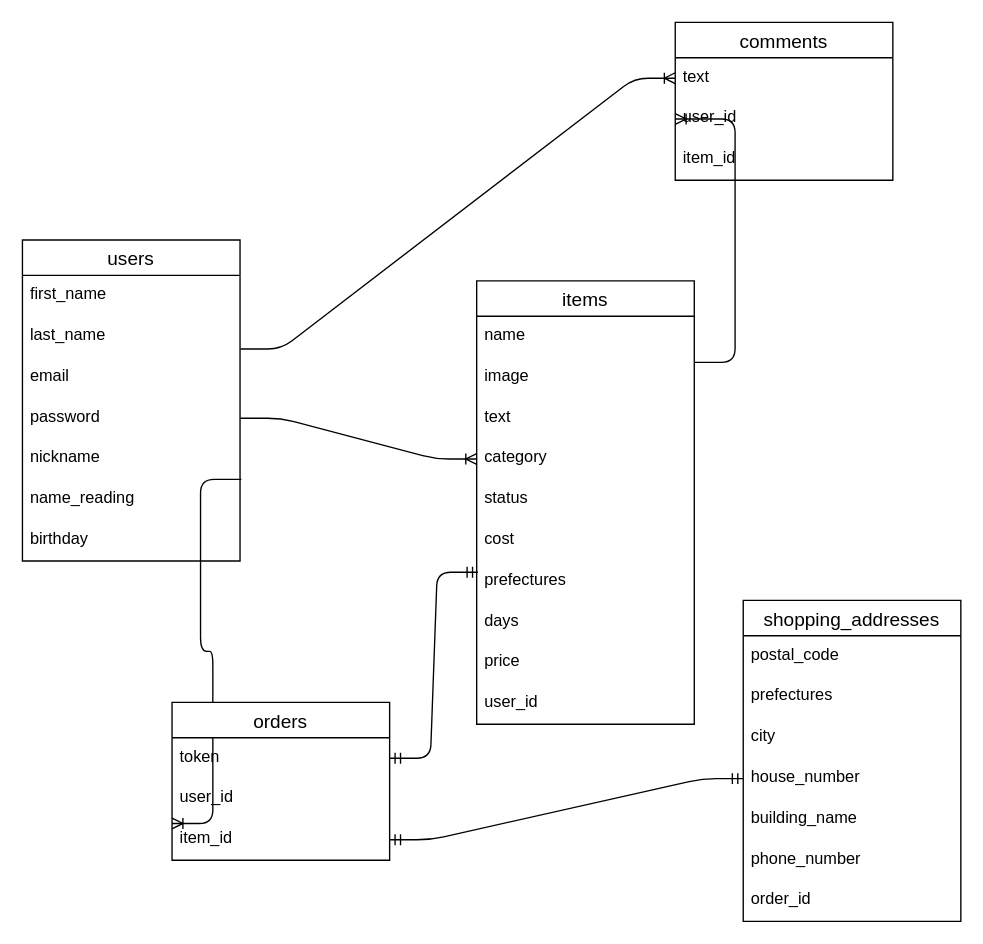
This is er.dio from yoshi0531/furima-28195, a draw.io file, before an edit. Source tidied: cells renumbered, new cells numbered last; positions are measured from the earlier drawing's top-left corner, leaving out a move shared by most shapes. Both pictures are drawn from the tidied source at 136%, with x=0, y=0 at pixel (22, 22).
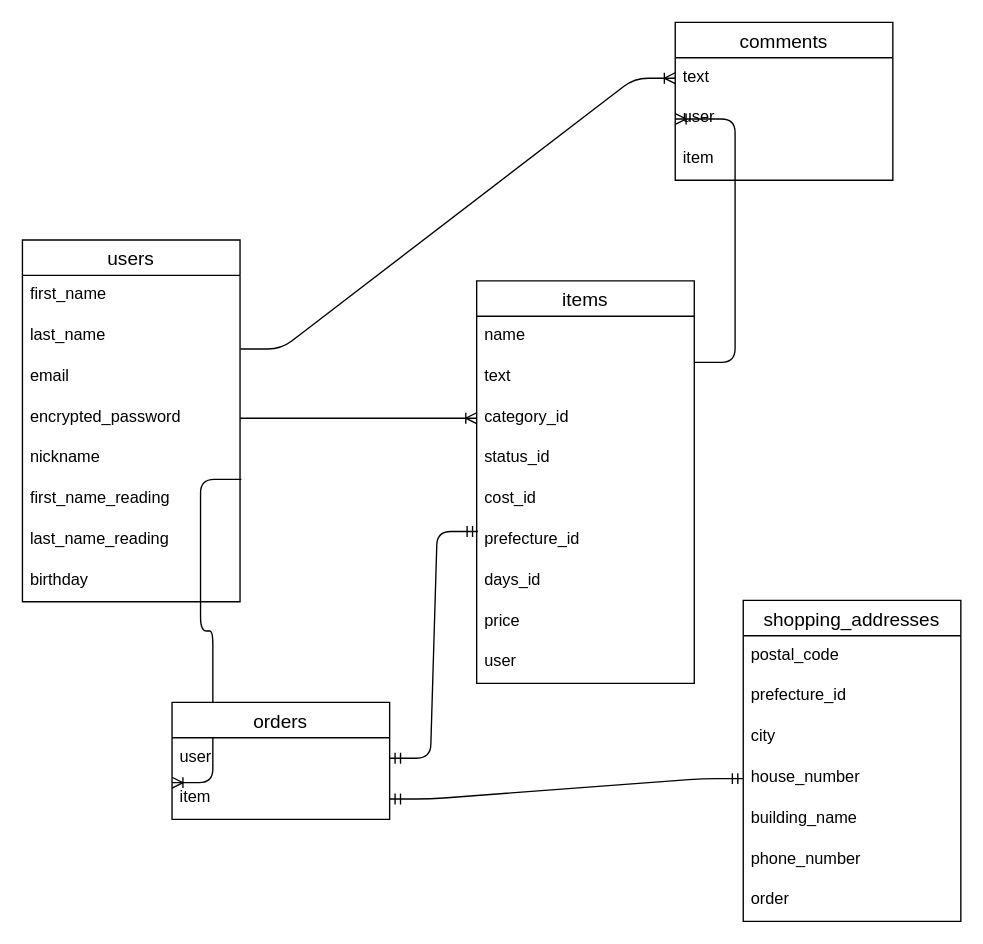
The same diagram, later.

Unchanged cells that the change refers to:
```xml
<mxCell id="13" value="comments" style="swimlane;fontStyle=0;horizontal=1;startSize=26;align=center;fontSize=14;" parent="1" vertex="1">
  <mxGeometry x="480" width="160" height="116" as="geometry" />
</mxCell>
<mxCell id="35" value="shopping_addresses" style="swimlane;fontStyle=0;horizontal=1;startSize=26;align=center;fontSize=14;" parent="1" vertex="1">
  <mxGeometry x="530" y="425" width="160" height="236" as="geometry" />
</mxCell>
```

Change to the diagram source:
```diff
@@
     <mxCell id="5" value="users" style="swimlane;fontStyle=0;horizontal=1;startSize=26;align=center;fontSize=14;" parent="1" vertex="1">
-      <mxGeometry y="160" width="160" height="236" as="geometry" />
+      <mxGeometry y="160" width="160" height="266" as="geometry" />
     </mxCell>
@@
-    <mxCell id="9" value="password" style="text;strokeColor=none;fillColor=none;spacingLeft=4;spacingRight=4;overflow=hidden;points=[[0,0.5],[1,0.5]];portConstraint=eastwest;fontSize=12;" parent="5" vertex="1">
+    <mxCell id="9" value="encrypted_password" style="text;strokeColor=none;fillColor=none;spacingLeft=4;spacingRight=4;overflow=hidden;points=[[0,0.5],[1,0.5]];portConstraint=eastwest;fontSize=12;" parent="5" vertex="1">
       <mxGeometry y="116" width="160" height="30" as="geometry" />
     </mxCell>
@@
-    <mxCell id="11" value="name_reading" style="text;strokeColor=none;fillColor=none;spacingLeft=4;spacingRight=4;overflow=hidden;points=[[0,0.5],[1,0.5]];portConstraint=eastwest;fontSize=12;" parent="5" vertex="1">
+    <mxCell id="11" value="first_name_reading" style="text;strokeColor=none;fillColor=none;spacingLeft=4;spacingRight=4;overflow=hidden;points=[[0,0.5],[1,0.5]];portConstraint=eastwest;fontSize=12;" parent="5" vertex="1">
       <mxGeometry y="176" width="160" height="30" as="geometry" />
     </mxCell>
+    <mxCell id="43" value="last_name_reading" style="text;strokeColor=none;fillColor=none;spacingLeft=4;spacingRight=4;overflow=hidden;fontSize=12;" parent="5" vertex="1">
+      <mxGeometry y="206" width="160" height="30" as="geometry" />
+    </mxCell>
     <mxCell id="12" value="birthday" style="text;strokeColor=none;fillColor=none;spacingLeft=4;spacingRight=4;overflow=hidden;fontSize=12;" parent="5" vertex="1">
-      <mxGeometry y="206" width="160" height="30" as="geometry" />
+      <mxGeometry y="236" width="160" height="30" as="geometry" />
     </mxCell>
@@
-    <mxCell id="15" value="user_id" style="text;strokeColor=none;fillColor=none;spacingLeft=4;spacingRight=4;overflow=hidden;points=[[0,0.5],[1,0.5]];portConstraint=eastwest;fontSize=12;" parent="13" vertex="1">
+    <mxCell id="15" value="user" style="text;strokeColor=none;fillColor=none;spacingLeft=4;spacingRight=4;overflow=hidden;points=[[0,0.5],[1,0.5]];portConstraint=eastwest;fontSize=12;" parent="13" vertex="1">
       <mxGeometry y="56" width="160" height="30" as="geometry" />
     </mxCell>
-    <mxCell id="16" value="item_id" style="text;strokeColor=none;fillColor=none;spacingLeft=4;spacingRight=4;overflow=hidden;fontSize=12;" parent="13" vertex="1">
+    <mxCell id="16" value="item" style="text;strokeColor=none;fillColor=none;spacingLeft=4;spacingRight=4;overflow=hidden;fontSize=12;" parent="13" vertex="1">
       <mxGeometry y="86" width="160" height="30" as="geometry" />
     </mxCell>
     <mxCell id="17" value="orders" style="swimlane;fontStyle=0;horizontal=1;startSize=26;align=center;fontSize=14;" parent="1" vertex="1">
-      <mxGeometry x="110" y="500" width="160" height="116" as="geometry" />
+      <mxGeometry x="110" y="500" width="160" height="86" as="geometry" />
     </mxCell>
-    <mxCell id="18" value="token" style="text;strokeColor=none;fillColor=none;spacingLeft=4;spacingRight=4;overflow=hidden;points=[[0,0.5],[1,0.5]];portConstraint=eastwest;fontSize=12;" parent="17" vertex="1">
-      <mxGeometry y="26" width="160" height="30" as="geometry" />
-    </mxCell>
-    <mxCell id="19" value="user_id" style="text;strokeColor=none;fillColor=none;spacingLeft=4;spacingRight=4;overflow=hidden;fontSize=12;" parent="17" vertex="1">
-      <mxGeometry y="56" width="160" height="30" as="geometry" />
+    <mxCell id="19" value="user" style="text;strokeColor=none;fillColor=none;spacingLeft=4;spacingRight=4;overflow=hidden;fontSize=12;" parent="17" vertex="1">
+      <mxGeometry y="26" width="160" height="30" as="geometry" />
     </mxCell>
-    <mxCell id="20" value="item_id" style="text;strokeColor=none;fillColor=none;spacingLeft=4;spacingRight=4;overflow=hidden;points=[[0,0.5],[1,0.5]];portConstraint=eastwest;fontSize=12;" parent="17" vertex="1">
-      <mxGeometry y="86" width="160" height="30" as="geometry" />
+    <mxCell id="20" value="item" style="text;strokeColor=none;fillColor=none;spacingLeft=4;spacingRight=4;overflow=hidden;points=[[0,0.5],[1,0.5]];portConstraint=eastwest;fontSize=12;" parent="17" vertex="1">
+      <mxGeometry y="56" width="160" height="30" as="geometry" />
     </mxCell>
@@
-    <mxCell id="22" style="edgeStyle=entityRelationEdgeStyle;fontSize=12;html=1;endArrow=ERmandOne;startArrow=ERmandOne;exitX=1;exitY=0.5;exitDx=0;exitDy=0;entryX=0.006;entryY=0.276;entryDx=0;entryDy=0;entryPerimeter=0;" parent="1" edge="1" source="18" target="31">
-      <mxGeometry relative="1" as="geometry" />
+    <mxCell id="22" style="edgeStyle=entityRelationEdgeStyle;fontSize=12;html=1;endArrow=ERmandOne;startArrow=ERmandOne;exitX=1;exitY=0.5;exitDx=0;exitDy=0;entryX=0.006;entryY=0.276;entryDx=0;entryDy=0;entryPerimeter=0;" parent="1" edge="1" target="31">
+      <mxGeometry relative="1" as="geometry">
+        <mxPoint x="270" y="541" as="sourcePoint" />
+      </mxGeometry>
     </mxCell>
@@
     <mxCell id="24" value="items" style="swimlane;fontStyle=0;horizontal=1;startSize=26;align=center;fontSize=14;" parent="1" vertex="1">
-      <mxGeometry x="334" y="190" width="160" height="326" as="geometry" />
+      <mxGeometry x="334" y="190" width="160" height="296" as="geometry" />
     </mxCell>
@@
-    <mxCell id="26" value="image" style="text;strokeColor=none;fillColor=none;spacingLeft=4;spacingRight=4;overflow=hidden;fontSize=12;" parent="24" vertex="1">
-      <mxGeometry y="56" width="160" height="30" as="geometry" />
-    </mxCell>
     <mxCell id="27" value="text" style="text;strokeColor=none;fillColor=none;spacingLeft=4;spacingRight=4;overflow=hidden;fontSize=12;" parent="24" vertex="1">
-      <mxGeometry y="86" width="160" height="30" as="geometry" />
+      <mxGeometry y="56" width="160" height="30" as="geometry" />
     </mxCell>
-    <mxCell id="28" value="category" style="text;strokeColor=none;fillColor=none;spacingLeft=4;spacingRight=4;overflow=hidden;points=[[0,0.5],[1,0.5]];portConstraint=eastwest;fontSize=12;" parent="24" vertex="1">
-      <mxGeometry y="116" width="160" height="30" as="geometry" />
+    <mxCell id="28" value="category_id" style="text;strokeColor=none;fillColor=none;spacingLeft=4;spacingRight=4;overflow=hidden;points=[[0,0.5],[1,0.5]];portConstraint=eastwest;fontSize=12;" parent="24" vertex="1">
+      <mxGeometry y="86" width="160" height="30" as="geometry" />
     </mxCell>
-    <mxCell id="29" value="status" style="text;strokeColor=none;fillColor=none;spacingLeft=4;spacingRight=4;overflow=hidden;fontSize=12;" parent="24" vertex="1">
-      <mxGeometry y="146" width="160" height="30" as="geometry" />
+    <mxCell id="29" value="status_id" style="text;strokeColor=none;fillColor=none;spacingLeft=4;spacingRight=4;overflow=hidden;fontSize=12;" parent="24" vertex="1">
+      <mxGeometry y="116" width="160" height="30" as="geometry" />
     </mxCell>
-    <mxCell id="30" value="cost" style="text;strokeColor=none;fillColor=none;spacingLeft=4;spacingRight=4;overflow=hidden;fontSize=12;" parent="24" vertex="1">
-      <mxGeometry y="176" width="160" height="30" as="geometry" />
+    <mxCell id="30" value="cost_id" style="text;strokeColor=none;fillColor=none;spacingLeft=4;spacingRight=4;overflow=hidden;fontSize=12;" parent="24" vertex="1">
+      <mxGeometry y="146" width="160" height="30" as="geometry" />
     </mxCell>
-    <mxCell id="31" value="prefectures" style="text;strokeColor=none;fillColor=none;spacingLeft=4;spacingRight=4;overflow=hidden;points=[[0,0.5],[1,0.5]];portConstraint=eastwest;fontSize=12;" parent="24" vertex="1">
-      <mxGeometry y="206" width="160" height="30" as="geometry" />
+    <mxCell id="31" value="prefecture_id" style="text;strokeColor=none;fillColor=none;spacingLeft=4;spacingRight=4;overflow=hidden;points=[[0,0.5],[1,0.5]];portConstraint=eastwest;fontSize=12;" parent="24" vertex="1">
+      <mxGeometry y="176" width="160" height="30" as="geometry" />
     </mxCell>
-    <mxCell id="32" value="days" style="text;strokeColor=none;fillColor=none;spacingLeft=4;spacingRight=4;overflow=hidden;fontSize=12;" parent="24" vertex="1">
-      <mxGeometry y="236" width="160" height="30" as="geometry" />
+    <mxCell id="32" value="days_id" style="text;strokeColor=none;fillColor=none;spacingLeft=4;spacingRight=4;overflow=hidden;fontSize=12;" parent="24" vertex="1">
+      <mxGeometry y="206" width="160" height="30" as="geometry" />
     </mxCell>
     <mxCell id="33" value="price" style="text;strokeColor=none;fillColor=none;spacingLeft=4;spacingRight=4;overflow=hidden;fontSize=12;" parent="24" vertex="1">
-      <mxGeometry y="266" width="160" height="30" as="geometry" />
+      <mxGeometry y="236" width="160" height="30" as="geometry" />
     </mxCell>
-    <mxCell id="34" value="user_id" style="text;strokeColor=none;fillColor=none;spacingLeft=4;spacingRight=4;overflow=hidden;fontSize=12;" parent="24" vertex="1">
-      <mxGeometry y="296" width="160" height="30" as="geometry" />
+    <mxCell id="34" value="user" style="text;strokeColor=none;fillColor=none;spacingLeft=4;spacingRight=4;overflow=hidden;fontSize=12;" parent="24" vertex="1">
+      <mxGeometry y="266" width="160" height="30" as="geometry" />
     </mxCell>
@@
-    <mxCell id="37" value="prefectures" style="text;strokeColor=none;fillColor=none;spacingLeft=4;spacingRight=4;overflow=hidden;fontSize=12;" parent="35" vertex="1">
+    <mxCell id="37" value="prefecture_id" style="text;strokeColor=none;fillColor=none;spacingLeft=4;spacingRight=4;overflow=hidden;fontSize=12;" parent="35" vertex="1">
       <mxGeometry y="56" width="160" height="30" as="geometry" />
     </mxCell>
@@
-    <mxCell id="42" value="order_id" style="text;strokeColor=none;fillColor=none;spacingLeft=4;spacingRight=4;overflow=hidden;fontSize=12;" parent="35" vertex="1">
+    <mxCell id="42" value="order" style="text;strokeColor=none;fillColor=none;spacingLeft=4;spacingRight=4;overflow=hidden;fontSize=12;" parent="35" vertex="1">
       <mxGeometry y="206" width="160" height="30" as="geometry" />
     </mxCell>
```
